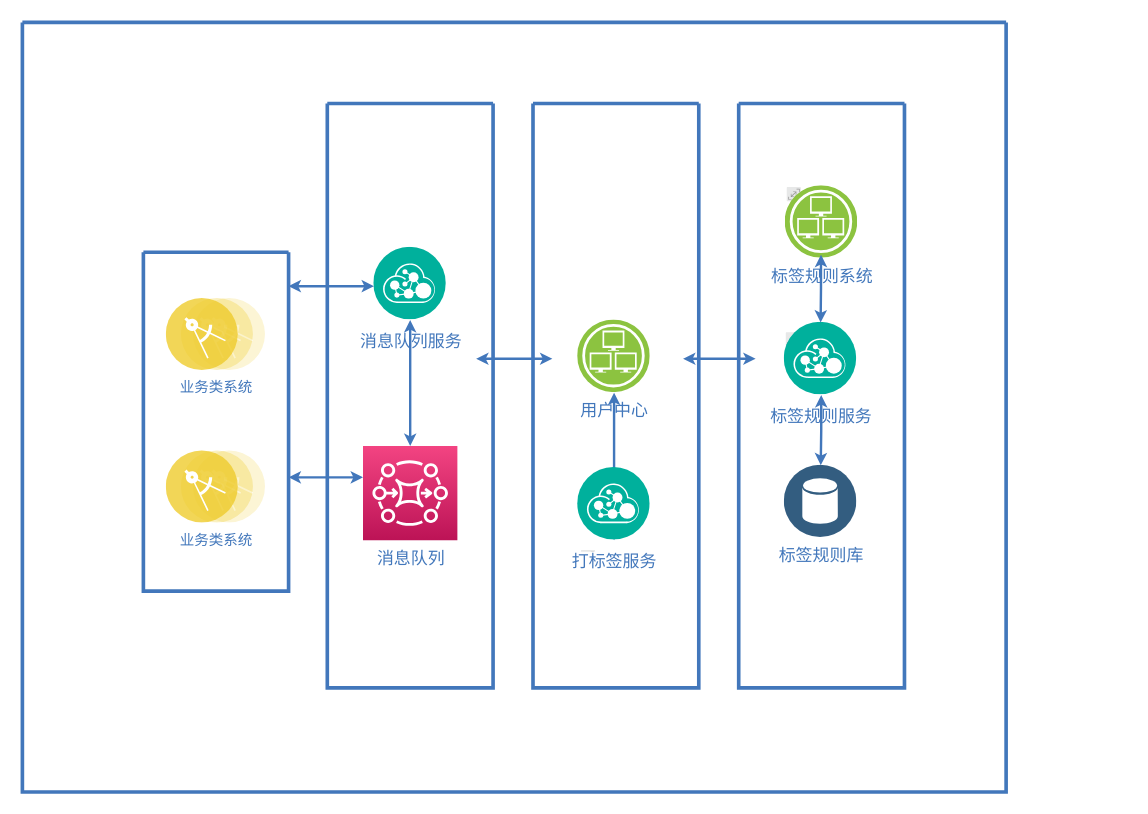
The draw.io diagram 标签系统.drawio in yigoC/test, before the edit. Source tidied: cells renumbered, new cells numbered last; positions are measured from the earlier drawing's top-left corner, leaving out a move shared by most shapes. Both pictures are drawn from the tidied source at 121%, with x=0, y=0 at pixel (22, 22).
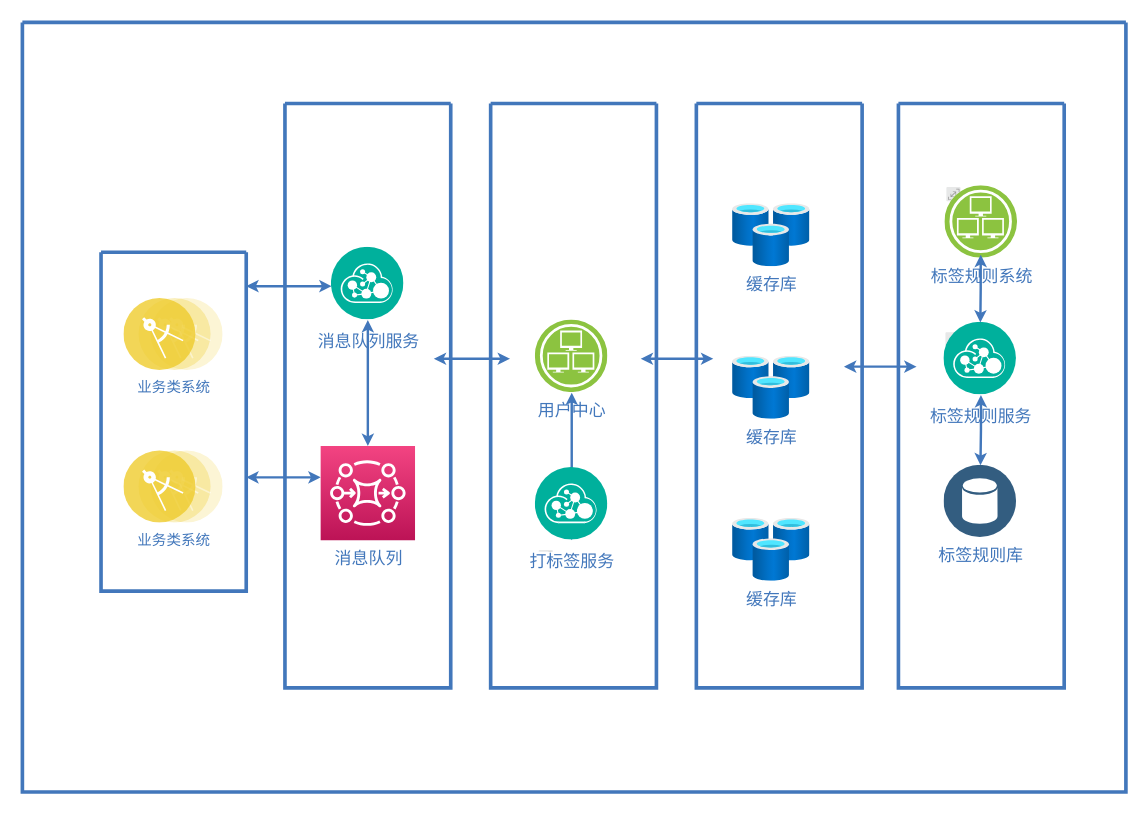
The same diagram, later.

The change refers to these unchanged cells:
```xml
<mxCell id="17" value="&lt;font color=&quot;#4277bb&quot;&gt;&lt;span style=&quot;font-size: 14px ; background-color: rgb(255 , 255 , 255)&quot;&gt;消息队列&lt;br&gt;&lt;/span&gt;&lt;/font&gt;" style="outlineConnect=0;fontColor=#232F3E;gradientColor=#F34482;gradientDirection=north;fillColor=#BC1356;strokeColor=#ffffff;dashed=0;verticalLabelPosition=bottom;verticalAlign=top;align=center;html=1;fontSize=12;fontStyle=0;shape=mxgraph.aws4.resourceIcon;resIcon=mxgraph.aws4.mq;" parent="16" vertex="1">
  <mxGeometry x="29.5" y="283" width="78" height="78" as="geometry" />
</mxCell>
<mxCell id="24" value="标签规则服务" style="perimeter=ellipsePerimeter;html=1;align=center;shadow=0;dashed=0;image;image=img/lib/ibm/management/api_management.svg;rounded=1;labelBackgroundColor=#ffffff;strokeColor=#666666;strokeWidth=3;fillColor=#C2952D;gradientColor=none;fontSize=14;fontColor=#4277BB;spacingTop=3;" parent="22" vertex="1">
  <mxGeometry x="-1.5" y="-7" width="60" height="60" as="geometry" />
</mxCell>
```

What changed in the source:
```diff
@@
     <mxCell id="2" style="swimlane;shadow=0;strokeColor=#4277BB;fillColor=#ffffff;fontColor=#4277BB;align=right;startSize=0;strokeWidth=3;" parent="1" vertex="1">
-      <mxGeometry width="813" height="636" as="geometry" />
+      <mxGeometry width="912" height="636" as="geometry" />
     </mxCell>
     <mxCell id="3" style="edgeStyle=elbowEdgeStyle;rounded=0;elbow=vertical;html=1;labelBackgroundColor=#ffffff;startArrow=classic;startFill=1;startSize=4;endArrow=classic;endFill=1;endSize=4;jettySize=auto;strokeColor=#4277BB;strokeWidth=2;fontSize=14;fontColor=#4277BB;" parent="2" edge="1" source="5" target="17">
       <mxGeometry relative="1" as="geometry">
         <Array as="points">
-          <mxPoint x="232" y="376" />
+          <mxPoint x="197" y="376" />
         </Array>
       </mxGeometry>
     </mxCell>
@@
     <mxCell id="5" style="swimlane;shadow=0;strokeColor=#4277BB;fillColor=#ffffff;fontColor=#4277BB;align=right;startSize=0;strokeWidth=3;" parent="2" vertex="1">
-      <mxGeometry x="100" y="190" width="120" height="280" as="geometry" />
+      <mxGeometry x="65" y="190" width="120" height="280" as="geometry" />
     </mxCell>
@@
     <mxCell id="8" style="swimlane;shadow=0;strokeColor=#4277BB;fillColor=#ffffff;fontColor=#4277BB;align=right;startSize=0;strokeWidth=3;" parent="2" vertex="1">
-      <mxGeometry x="422" y="67" width="137" height="483" as="geometry" />
+      <mxGeometry x="387" y="67" width="137" height="483" as="geometry" />
     </mxCell>
@@
     <mxCell id="16" style="swimlane;shadow=0;strokeColor=#4277BB;fillColor=#ffffff;fontColor=#4277BB;align=right;startSize=0;strokeWidth=3;" parent="2" vertex="1">
-      <mxGeometry x="252" y="67" width="137" height="483" as="geometry" />
+      <mxGeometry x="217" y="67" width="137" height="483" as="geometry" />
     </mxCell>
@@
     <mxCell id="20" style="swimlane;shadow=0;strokeColor=#4277BB;fillColor=#ffffff;fontColor=#4277BB;align=right;startSize=0;strokeWidth=3;" parent="2" vertex="1">
-      <mxGeometry x="592" y="67" width="137" height="483" as="geometry" />
+      <mxGeometry x="557" y="67" width="137" height="483" as="geometry" />
     </mxCell>
+    <mxCell id="31" style="edgeStyle=elbowEdgeStyle;rounded=0;elbow=vertical;html=1;labelBackgroundColor=#ffffff;startArrow=classic;startFill=1;startSize=4;endArrow=classic;endFill=1;endSize=4;jettySize=auto;orthogonalLoop=1;strokeColor=#4277BB;strokeWidth=2;fontSize=14;fontColor=#4277BB;" parent="20" edge="1">
+      <mxGeometry relative="1" as="geometry">
+        <mxPoint x="182" y="217.5" as="sourcePoint" />
+        <mxPoint x="122" y="217.5" as="targetPoint" />
+        <Array as="points">
+          <mxPoint x="122" y="217.5" />
+          <mxPoint x="222" y="225.5" />
+        </Array>
+      </mxGeometry>
+    </mxCell>
+    <mxCell id="32" value="&lt;span style=&quot;color: rgb(66 , 119 , 187) ; font-size: 14px&quot;&gt;缓存库&lt;/span&gt;" style="html=1;align=center;image;fontSize=12;image=img/lib/azure2/databases/Cache_Redis.svg;" parent="20" vertex="1">
+      <mxGeometry x="30" y="83" width="64" height="52" as="geometry" />
+    </mxCell>
+    <mxCell id="33" value="&lt;span style=&quot;color: rgb(66 , 119 , 187) ; font-size: 14px&quot;&gt;缓存库&lt;/span&gt;" style="html=1;align=center;image;fontSize=12;image=img/lib/azure2/databases/Cache_Redis.svg;" parent="20" vertex="1">
+      <mxGeometry x="30" y="209" width="64" height="52" as="geometry" />
+    </mxCell>
+    <mxCell id="34" value="&lt;span style=&quot;color: rgb(66 , 119 , 187) ; font-size: 14px&quot;&gt;缓存库&lt;/span&gt;" style="html=1;align=center;image;fontSize=12;image=img/lib/azure2/databases/Cache_Redis.svg;" parent="20" vertex="1">
+      <mxGeometry x="30" y="343" width="64" height="52" as="geometry" />
+    </mxCell>
+    <mxCell id="30" style="edgeStyle=elbowEdgeStyle;rounded=0;elbow=vertical;html=1;labelBackgroundColor=#ffffff;startArrow=classic;startFill=1;startSize=4;endArrow=classic;endFill=1;endSize=4;jettySize=auto;orthogonalLoop=1;strokeColor=#4277BB;strokeWidth=2;fontSize=14;fontColor=#4277BB;" parent="2" edge="1">
+      <mxGeometry relative="1" as="geometry">
+        <mxPoint x="571" y="278" as="sourcePoint" />
+        <mxPoint x="511" y="278" as="targetPoint" />
+        <Array as="points">
+          <mxPoint x="511" y="278" />
+          <mxPoint x="611" y="286" />
+        </Array>
+      </mxGeometry>
+    </mxCell>
+    <mxCell id="35" style="swimlane;shadow=0;strokeColor=#4277BB;fillColor=#ffffff;fontColor=#4277BB;align=right;startSize=0;strokeWidth=3;" parent="2" vertex="1">
+      <mxGeometry x="724" y="67" width="137" height="483" as="geometry" />
+    </mxCell>
-    <mxCell id="21" value="标签规则库" style="perimeter=ellipsePerimeter;html=1;align=center;shadow=0;dashed=0;image;image=img/lib/ibm/data/data_services.svg;rounded=1;labelBackgroundColor=#ffffff;strokeColor=#666666;strokeWidth=3;fillColor=#C2952D;gradientColor=none;fontSize=14;fontColor=#4277BB;" parent="20" vertex="1">
+    <mxCell id="21" value="标签规则库" style="perimeter=ellipsePerimeter;html=1;align=center;shadow=0;dashed=0;image;image=img/lib/ibm/data/data_services.svg;rounded=1;labelBackgroundColor=#ffffff;strokeColor=#666666;strokeWidth=3;fillColor=#C2952D;gradientColor=none;fontSize=14;fontColor=#4277BB;" parent="35" vertex="1">
       <mxGeometry x="37.8" y="299" width="60" height="60" as="geometry" />
     </mxCell>
-    <mxCell id="22" style="group;fontSize=14;fontColor=#4277BB;labelBackgroundColor=#ffffff;" parent="20" vertex="1">
+    <mxCell id="22" style="group;fontSize=14;fontColor=#4277BB;labelBackgroundColor=#ffffff;" parent="35" vertex="1">
       <mxGeometry x="39.2" y="188" width="58.5" height="60" as="geometry" />
     </mxCell>
-    <mxCell id="23" style="perimeter=ellipsePerimeter;html=1;align=center;shadow=0;dashed=0;image;image=img/lib/ibm/miscellaneous/scalable.svg;rounded=1;labelBackgroundColor=none;strokeColor=#666666;strokeWidth=3;fillColor=#C2952D;gradientColor=none;fontSize=14;fontColor=#4277BB;" parent="22" vertex="1">
-      <mxGeometry width="12" height="15" as="geometry" />
-    </mxCell>
+    <mxCell id="36" style="perimeter=ellipsePerimeter;html=1;align=center;shadow=0;dashed=0;image;image=img/lib/ibm/miscellaneous/scalable.svg;rounded=1;labelBackgroundColor=none;strokeColor=#666666;strokeWidth=3;fillColor=#C2952D;gradientColor=none;fontSize=14;fontColor=#4277BB;" parent="22" vertex="1">
+      <mxGeometry width="12" height="15" as="geometry" />
+    </mxCell>
@@
-    <mxCell id="25" style="edgeStyle=elbowEdgeStyle;rounded=0;elbow=vertical;html=1;labelBackgroundColor=#ffffff;startArrow=classic;startFill=1;startSize=4;endArrow=classic;endFill=1;endSize=4;jettySize=auto;strokeColor=#4277BB;strokeWidth=2;fontSize=14;fontColor=#4277BB;entryX=0.5;entryY=0;entryDx=0;entryDy=0;" parent="22" edge="1" target="21">
-      <mxGeometry relative="1" as="geometry">
-        <mxPoint x="29" y="53" as="sourcePoint" />
-      </mxGeometry>
-    </mxCell>
+    <mxCell id="37" style="edgeStyle=elbowEdgeStyle;rounded=0;elbow=vertical;html=1;labelBackgroundColor=#ffffff;startArrow=classic;startFill=1;startSize=4;endArrow=classic;endFill=1;endSize=4;jettySize=auto;strokeColor=#4277BB;strokeWidth=2;fontSize=14;fontColor=#4277BB;entryX=0.5;entryY=0;entryDx=0;entryDy=0;" parent="22" edge="1" target="21">
+      <mxGeometry relative="1" as="geometry">
+        <mxPoint x="29" y="53" as="sourcePoint" />
+      </mxGeometry>
+    </mxCell>
-    <mxCell id="26" value="标签规则系统" style="group;fontSize=14;fontColor=#4277BB;labelPosition=center;verticalLabelPosition=bottom;align=center;verticalAlign=top;labelBackgroundColor=#ffffff;rotation=0;" parent="20" vertex="1">
+    <mxCell id="26" value="标签规则系统" style="group;fontSize=14;fontColor=#4277BB;labelPosition=center;verticalLabelPosition=bottom;align=center;verticalAlign=top;labelBackgroundColor=#ffffff;rotation=0;" parent="35" vertex="1">
       <mxGeometry x="40" y="68" width="58.5" height="60" as="geometry" />
     </mxCell>
-    <mxCell id="27" style="perimeter=ellipsePerimeter;html=1;align=center;shadow=0;dashed=0;image;image=img/lib/ibm/miscellaneous/scalable.svg;rounded=1;labelBackgroundColor=none;strokeColor=#666666;strokeWidth=3;fillColor=#C2952D;gradientColor=none;fontSize=14;fontColor=#4277BB;" parent="26" vertex="1">
-      <mxGeometry width="12" height="15" as="geometry" />
-    </mxCell>
+    <mxCell id="38" style="perimeter=ellipsePerimeter;html=1;align=center;shadow=0;dashed=0;image;image=img/lib/ibm/miscellaneous/scalable.svg;rounded=1;labelBackgroundColor=none;strokeColor=#666666;strokeWidth=3;fillColor=#C2952D;gradientColor=none;fontSize=14;fontColor=#4277BB;" parent="26" vertex="1">
+      <mxGeometry width="12" height="15" as="geometry" />
+    </mxCell>
@@
-    <mxCell id="29" style="edgeStyle=elbowEdgeStyle;rounded=0;elbow=vertical;html=1;labelBackgroundColor=#ffffff;startArrow=classic;startFill=1;startSize=4;endArrow=classic;endFill=1;endSize=4;jettySize=auto;strokeColor=#4277BB;strokeWidth=2;fontSize=14;fontColor=#4277BB;entryX=0.5;entryY=0;entryDx=0;entryDy=0;" parent="26" edge="1" target="24">
-      <mxGeometry relative="1" as="geometry">
-        <mxPoint x="28" y="57" as="sourcePoint" />
-      </mxGeometry>
-    </mxCell>
-    <mxCell id="30" style="edgeStyle=elbowEdgeStyle;rounded=0;elbow=vertical;html=1;labelBackgroundColor=#ffffff;startArrow=classic;startFill=1;startSize=4;endArrow=classic;endFill=1;endSize=4;jettySize=auto;orthogonalLoop=1;strokeColor=#4277BB;strokeWidth=2;fontSize=14;fontColor=#4277BB;" parent="2" edge="1">
-      <mxGeometry relative="1" as="geometry">
-        <mxPoint x="606" y="278" as="sourcePoint" />
-        <mxPoint x="546" y="278" as="targetPoint" />
-        <Array as="points">
-          <mxPoint x="546" y="278" />
-          <mxPoint x="646" y="286" />
-        </Array>
-      </mxGeometry>
-    </mxCell>
+    <mxCell id="39" style="edgeStyle=elbowEdgeStyle;rounded=0;elbow=vertical;html=1;labelBackgroundColor=#ffffff;startArrow=classic;startFill=1;startSize=4;endArrow=classic;endFill=1;endSize=4;jettySize=auto;strokeColor=#4277BB;strokeWidth=2;fontSize=14;fontColor=#4277BB;entryX=0.5;entryY=0;entryDx=0;entryDy=0;" parent="26" edge="1" target="24">
+      <mxGeometry relative="1" as="geometry">
+        <mxPoint x="28" y="57" as="sourcePoint" />
+      </mxGeometry>
+    </mxCell>
```
